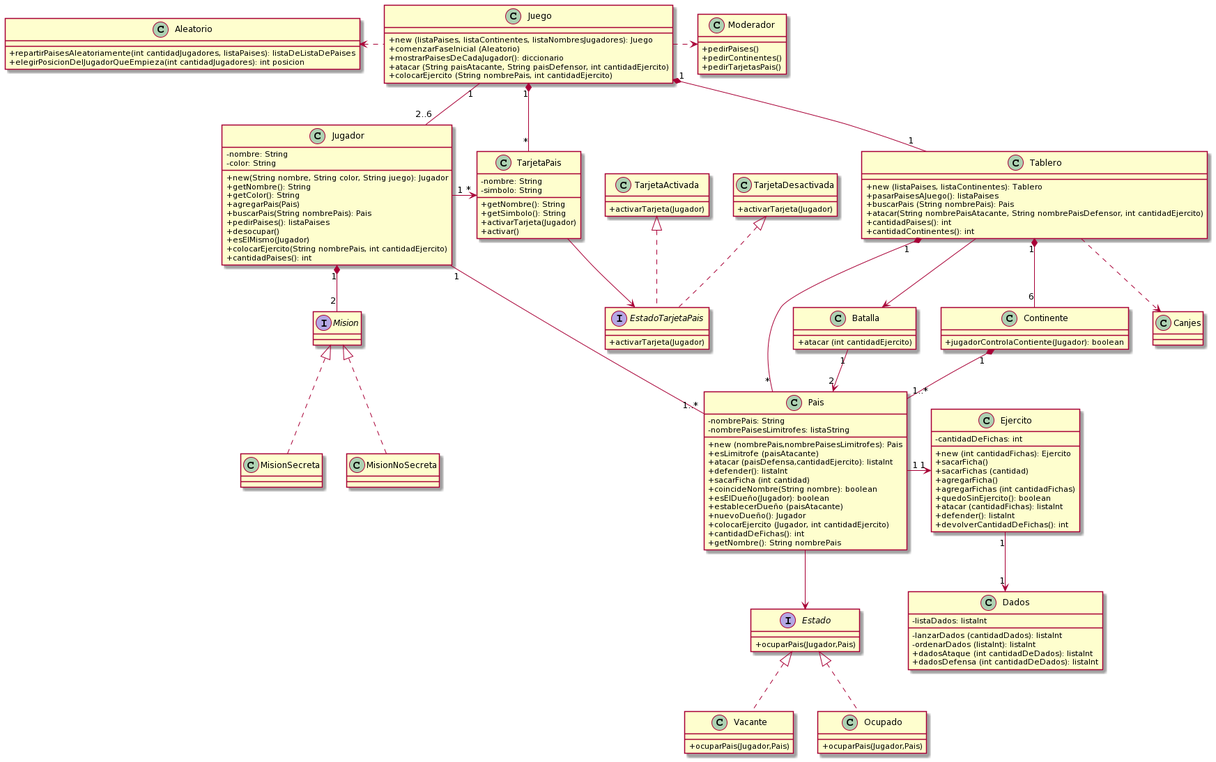
This is diagramas/diagrama_de_clases.png from daniela41149/algo3_tp2, a PlantUML export, as it was before one commit. Its diagram source:
```plantuml
@startuml
Juego "1" *-- "1" Tablero
Juego "1" -- "2..6" Jugador
Juego "1" *-- "*" TarjetaPais
Juego .> Moderador
Aleatorio <.Juego


Interface Mision

Mision <|.. MisionSecreta
Mision <|.. MisionNoSecreta

Tablero "1" *-- "6" Continente
Tablero "1" *-- "*" Pais
Continente "1" *-- "1..*" Pais

Jugador "1" *-- "2" Mision
Jugador "1" -- "1..*" Pais
Jugador "1" -> "*" TarjetaPais

Interface EstadoTarjetaPais

TarjetaPais --> EstadoTarjetaPais
TarjetaActivada <|.. EstadoTarjetaPais
TarjetaDesactivada <|.. EstadoTarjetaPais

Ejercito "1" --> "1" "Dados"
Tablero ..> Canjes

Pais "1" -> "1" Ejercito
Tablero -> Batalla
Batalla "1" --> "2" Pais

Pais --> Estado
Estado <|.. Vacante
Estado <|.. Ocupado

skinparam classAttributeIconSize 0
class Moderador {
 +pedirPaises()
 +pedirContinentes()
 +pedirTarjetasPais()
}

skinparam classAttributeIconSize 0
class Aleatorio {
 +repartirPaisesAleatoriamente(int cantidadJugadores, listaPaises): listaDeListaDePaises
 +elegirPosicionDelJugadorQueEmpieza(int cantidadJugadores): int posicion
}


skinparam classAttributeIconSize 0
class Juego {
 +new (listaPaises, listaContinentes, listaNombresJugadores): Juego
 +comenzarFaseInicial (Aleatorio)
 +mostrarPaisesDeCadaJugador(): diccionario
 +atacar (String paisAtacante, String paisDefensor, int cantidadEjercito)
 +colocarEjercito (String nombrePais, int cantidadEjercito)
}


skinparam classAttributeIconSize 0
class Jugador {
 -nombre: String
 -color: String
 +new(String nombre, String color, String juego): Jugador
 +getNombre(): String
 +getColor(): String
 +agregarPais(Pais)
 +buscarPais(String nombrePais): Pais
 +pedirPaises(): listaPaises
 +desocupar()
 +esElMismo(Jugador)
 +colocarEjercito(String nombrePais, int cantidadEjercito)
 +cantidadPaises(): int
}

skinparam classAttributeIconSize 0
class Tablero {
 +new (listaPaises, listaContinentes): Tablero
 +pasarPaisesAJuego(): listaPaises
 +buscarPais (String nombrePais): Pais
 +atacar(String nombrePaisAtacante, String nombrePaisDefensor, int cantidadEjercito)
 +cantidadPaises(): int
 +cantidadContinentes(): int
}

skinparam classAttributeIconSize 0
class Batalla {
 +atacar (int cantidadEjercito)
}


skinparam classAttributeIconSize 0
class Pais {
 -nombrePais: String
 -nombrePaisesLimitrofes: listaString
 +new (nombrePais,nombrePaisesLimitrofes): Pais
 +esLimitrofe (paisAtacante)
 +atacar (paisDefensa,cantidadEjercito): listaInt
 +defender(): listaInt
 +sacarFicha (int cantidad)
 +coincideNombre(String nombre): boolean
 +esElDueño(Jugador): boolean
 +establecerDueño (paisAtacante)
 +nuevoDueño(): Jugador
 +colocarEjercito (Jugador, int cantidadEjercito)
 +cantidadDeFichas(): int
 +getNombre(): String nombrePais


}

skinparam classAttributeIconSize 0
Interface Estado {
 +ocuparPais(Jugador,Pais)
}

skinparam classAttributeIconSize 0
class Ocupado {
 +ocuparPais(Jugador,Pais)
}

skinparam classAttributeIconSize 0
class Vacante {
 +ocuparPais(Jugador,Pais)
}

skinparam classAttributeIconSize 0
class Continente {
 +jugadorControlaContiente(Jugador): boolean

}

skinparam classAttributeIconSize 0
class Ejercito {
 -cantidadDeFichas: int
 +new (int cantidadFichas): Ejercito
 +sacarFicha()
 +sacarFichas (cantidad)
 +agregarFicha()
 +agregarFichas (int cantidadFichas)
 +quedoSinEjercito(): boolean
 +atacar (cantidadFichas): listaInt
 +defender(): listaInt
 +devolverCantidadDeFichas(): int

}

skinparam classAttributeIconSize 0
class Dados {
 -listaDados: listaInt
 -lanzarDados (cantidadDados): listaInt
 -ordenarDados (listaInt): listaInt
 +dadosAtaque (int cantidadDeDados): listaInt
 +dadosDefensa (int cantidadDeDados): listaInt
}


skinparam classAttributeIconSize 0
class TarjetaPais {
 -nombre: String
 -simbolo: String
 +getNombre(): String
 +getSimbolo(): String
 +activarTarjeta(Jugador)
 +activar()

}

skinparam classAttributeIconSize 0
class TarjetaActivada {
 +activarTarjeta(Jugador)
}

skinparam classAttributeIconSize 0
class TarjetaDesactivada {
 +activarTarjeta(Jugador)
}

skinparam classAttributeIconSize 0
Interface EstadoTarjetaPais {
 +activarTarjeta(Jugador)
}
@enduml
```
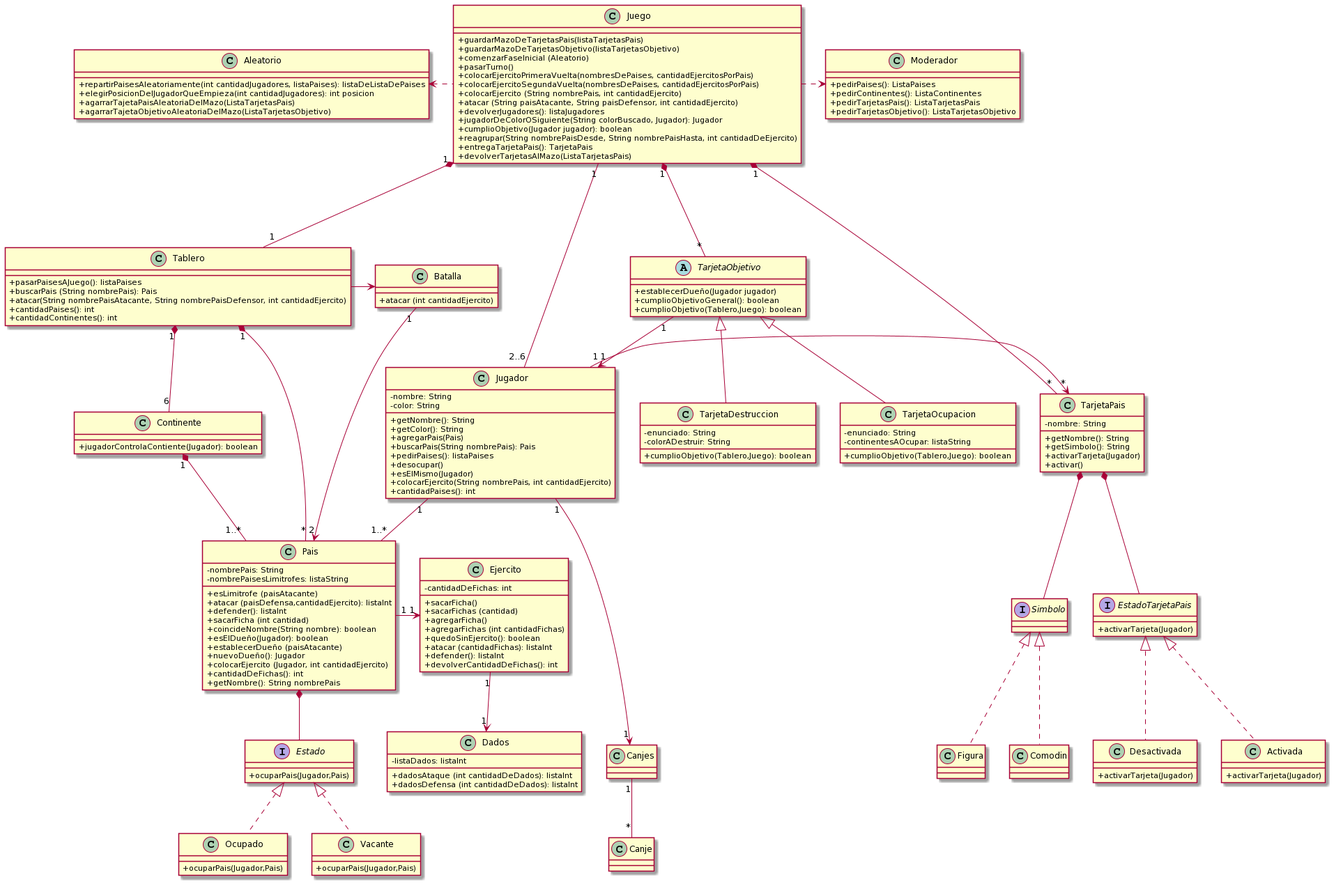
Later version of the same file.

Diff of the diagram source:
```diff
@@ -2,61 +2,88 @@
 Juego "1" *-- "1" Tablero
 Juego "1" -- "2..6" Jugador
 Juego "1" *-- "*" TarjetaPais
+Juego "1" *--- "*" TarjetaObjetivo
 Juego .> Moderador
 Aleatorio <.Juego
 
-
-Interface Mision
-
-Mision <|.. MisionSecreta
-Mision <|.. MisionNoSecreta
 
 Tablero "1" *-- "6" Continente
 Tablero "1" *-- "*" Pais
 Continente "1" *-- "1..*" Pais
 
-Jugador "1" *-- "2" Mision
 Jugador "1" -- "1..*" Pais
 Jugador "1" -> "*" TarjetaPais
 
 Interface EstadoTarjetaPais
+Interface Simbolo
 
-TarjetaPais --> EstadoTarjetaPais
-TarjetaActivada <|.. EstadoTarjetaPais
-TarjetaDesactivada <|.. EstadoTarjetaPais
+TarjetaPais *-- EstadoTarjetaPais
+EstadoTarjetaPais <|.. Activada
+EstadoTarjetaPais <|.. Desactivada
+
+TarjetaPais *-- Simbolo
+Simbolo <|.. Comodin
+Simbolo <|.. Figura
+
+
+TarjetaObjetivo <|-- TarjetaDestruccion
+TarjetaObjetivo <|-- TarjetaOcupacion
 
 Ejercito "1" --> "1" "Dados"
-Tablero ..> Canjes
+Jugador "1" ---> "1" Canjes
+Canjes "1" -- "*" Canje
 
 Pais "1" -> "1" Ejercito
 Tablero -> Batalla
 Batalla "1" --> "2" Pais
 
-Pais --> Estado
+Pais *-- Estado
 Estado <|.. Vacante
 Estado <|.. Ocupado
 
+TarjetaObjetivo "1" --> "1" Jugador
+
 skinparam classAttributeIconSize 0
 class Moderador {
- +pedirPaises()
- +pedirContinentes()
- +pedirTarjetasPais()
+ +pedirPaises(): ListaPaises
+ +pedirContinentes(): ListaContinentes
+ +pedirTarjetasPais(): ListaTarjetasPais
+ +pedirTarjetasObjetivo(): ListaTarjetasObjetivo
 }
 
 skinparam classAttributeIconSize 0
 class Aleatorio {
  +repartirPaisesAleatoriamente(int cantidadJugadores, listaPaises): listaDeListaDePaises
  +elegirPosicionDelJugadorQueEmpieza(int cantidadJugadores): int posicion
+ +agarrarTajetaPaisAleatoriaDelMazo(ListaTarjetasPais)
+ +agarrarTajetaObjetivoAleatoriaDelMazo(ListaTarjetasObjetivo)
 }
 
 
 skinparam classAttributeIconSize 0
 class Juego {
- +new (listaPaises, listaContinentes, listaNombresJugadores): Juego
+ +guardarMazoDeTarjetasPais(listaTarjetasPais)
+ +guardarMazoDeTarjetasObjetivo(listaTarjetasObjetivo)
  +comenzarFaseInicial (Aleatorio)
- +mostrarPaisesDeCadaJugador(): diccionario
+ +pasarTurno()
+ +colocarEjercitoPrimeraVuelta(nombresDePaises, cantidadEjercitosPorPais)
+ +colocarEjercitoSegundaVuelta(nombresDePaises, cantidadEjercitosPorPais)
+ +colocarEjercito (String nombrePais, int cantidadEjercito)
  +atacar (String paisAtacante, String paisDefensor, int cantidadEjercito)
- +colocarEjercito (String nombrePais, int cantidadEjercito)
+ +devolverJugadores(): listaJugadores
+ +jugadorDeColorOSiguiente(String colorBuscado, Jugador): Jugador
+ +cumplioObjetivo(Jugador jugador): boolean
+ +reagrupar(String nombrePaisDesde, String nombrePaisHasta, int cantidadDeEjercito)
+ +entregaTarjetaPais(): TarjetaPais
+ +devolverTarjetasAlMazo(ListaTarjetasPais)
+
+}
+
+skinparam classAttributeIconSize 0
+abstract class TarjetaObjetivo {
+ +establecerDueño(Jugador jugador)
+ +cumplioObjetivoGeneral(): boolean
+ +cumplioObjetivo(Tablero,Juego): boolean
 }
 
 
@@ -64,7 +91,6 @@
 class Jugador {
  -nombre: String
  -color: String
- +new(String nombre, String color, String juego): Jugador
  +getNombre(): String
  +getColor(): String
  +agregarPais(Pais)
@@ -78,7 +104,6 @@
 
 skinparam classAttributeIconSize 0
 class Tablero {
- +new (listaPaises, listaContinentes): Tablero
  +pasarPaisesAJuego(): listaPaises
  +buscarPais (String nombrePais): Pais
  +atacar(String nombrePaisAtacante, String nombrePaisDefensor, int cantidadEjercito)
@@ -96,7 +121,6 @@
 class Pais {
  -nombrePais: String
  -nombrePaisesLimitrofes: listaString
- +new (nombrePais,nombrePaisesLimitrofes): Pais
  +esLimitrofe (paisAtacante)
  +atacar (paisDefensa,cantidadEjercito): listaInt
  +defender(): listaInt
@@ -136,7 +160,6 @@
 skinparam classAttributeIconSize 0
 class Ejercito {
  -cantidadDeFichas: int
- +new (int cantidadFichas): Ejercito
  +sacarFicha()
  +sacarFichas (cantidad)
  +agregarFicha()
@@ -151,8 +174,6 @@
 skinparam classAttributeIconSize 0
 class Dados {
  -listaDados: listaInt
- -lanzarDados (cantidadDados): listaInt
- -ordenarDados (listaInt): listaInt
  +dadosAtaque (int cantidadDeDados): listaInt
  +dadosDefensa (int cantidadDeDados): listaInt
 }
@@ -161,21 +182,19 @@
 skinparam classAttributeIconSize 0
 class TarjetaPais {
  -nombre: String
- -simbolo: String
  +getNombre(): String
  +getSimbolo(): String
  +activarTarjeta(Jugador)
  +activar()
-
 }
 
 skinparam classAttributeIconSize 0
-class TarjetaActivada {
+class Activada {
  +activarTarjeta(Jugador)
 }
 
 skinparam classAttributeIconSize 0
-class TarjetaDesactivada {
+class Desactivada {
  +activarTarjeta(Jugador)
 }
 
@@ -183,4 +202,19 @@
 Interface EstadoTarjetaPais {
  +activarTarjeta(Jugador)
 }
+
+skinparam classAttributeIconSize 0
+class TarjetaOcupacion {
+ -enunciado: String
+ -continentesAOcupar: listaString
+ +cumplioObjetivo(Tablero,Juego): boolean
+}
+
+skinparam classAttributeIconSize 0
+class TarjetaDestruccion {
+ -enunciado: String
+ -colorADestruir: String
+ +cumplioObjetivo(Tablero,Juego): boolean
+
+}
 @enduml
```
